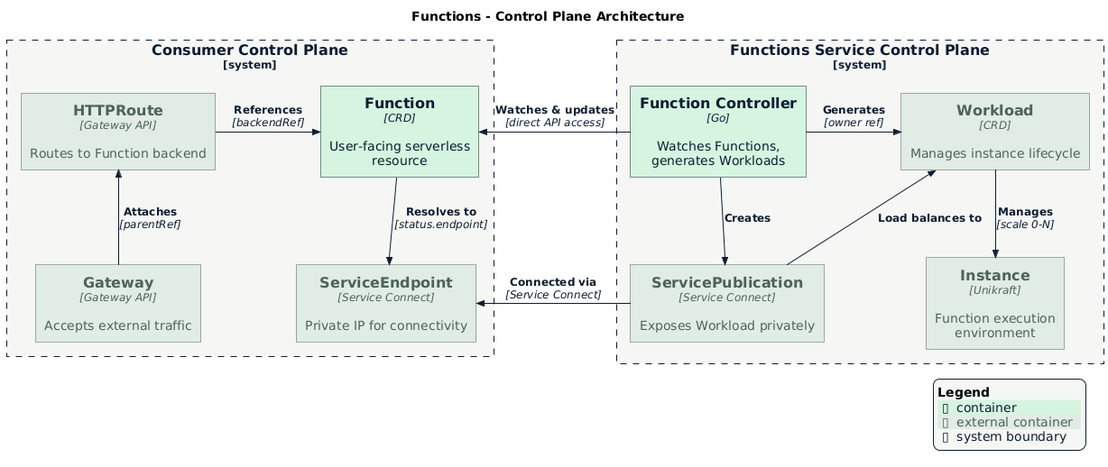
datum-cloud/enhancements keeps this PlantUML diagram as enhancements/compute/functions/architecture-control-plane.png. Above is the earlier version. Source of this version:
```plantuml
@startuml architecture-control-plane
!$NEW_C4_STYLE = 1
!include https://raw.githubusercontent.com/plantuml-stdlib/C4-PlantUML/master/C4_Container.puml
!include ../../datum-theme.puml

title Functions - Control Plane Architecture

System_Boundary(consumer_cp, "Consumer Control Plane") {
    Container_Ext(gateway, "Gateway", "Gateway API", "Accepts external traffic")
    Container_Ext(httproute, "HTTPRoute", "Gateway API", "Routes to Function backend")
    Container(function, "Function", "CRD", "User-facing serverless resource")
    Container_Ext(service_endpoint, "ServiceEndpoint", "Service Connect", "Private IP for connectivity")
}

System_Boundary(service_cp, "Functions Service Control Plane") {
    Container(controller, "Function Controller", "Go", "Watches Functions, generates Workloads")
    Container_Ext(workload, "Workload", "CRD", "Manages instance lifecycle")
    Container_Ext(service_pub, "ServicePublication", "Service Connect", "Exposes Workload privately")
    Container_Ext(instance, "Instance", "Unikraft", "Function execution environment")
}

Rel_U(gateway, httproute, "Attaches", "parentRef")
Rel_R(httproute, function, "References", "backendRef")
Rel_D(function, service_endpoint, "Resolves to", "status.endpoint")

Rel_L(controller, function, "Watches & updates", "direct API access")

Rel_R(controller, workload, "Generates", "owner ref")
Rel_D(controller, service_pub, "Creates")
Rel_D(workload, instance, "Manages", "scale 0-N")
Rel_L(service_pub, workload, "Load balances to")

Rel_L(service_pub, service_endpoint, "Connected via", "Service Connect")

SHOW_LEGEND()
@enduml
```
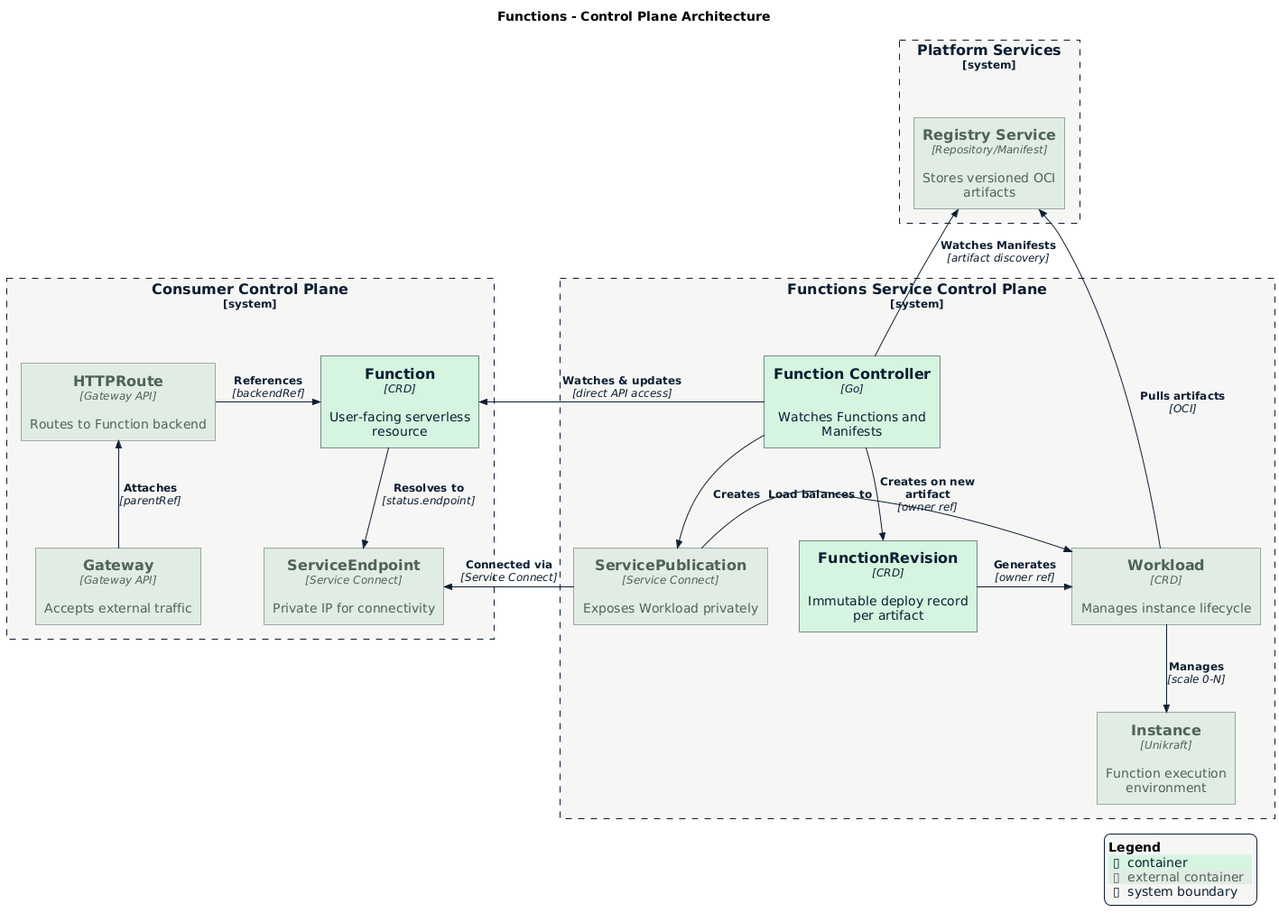
After the commit.

Commit message:
feat(compute): improve Functions enhancement clarity and completeness

The edit, as a diff of the source:
```diff
@@ -4,6 +4,10 @@
 !include ../../datum-theme.puml
 
 title Functions - Control Plane Architecture
+
+System_Boundary(platform_cp, "Platform Services") {
+    Container_Ext(registry, "Registry Service", "Repository/Manifest", "Stores versioned OCI artifacts")
+}
 
 System_Boundary(consumer_cp, "Consumer Control Plane") {
     Container_Ext(gateway, "Gateway", "Gateway API", "Accepts external traffic")
@@ -13,7 +17,8 @@
 }
 
 System_Boundary(service_cp, "Functions Service Control Plane") {
-    Container(controller, "Function Controller", "Go", "Watches Functions, generates Workloads")
+    Container(controller, "Function Controller", "Go", "Watches Functions and Manifests")
+    Container(revision, "FunctionRevision", "CRD", "Immutable deploy record per artifact")
     Container_Ext(workload, "Workload", "CRD", "Manages instance lifecycle")
     Container_Ext(service_pub, "ServicePublication", "Service Connect", "Exposes Workload privately")
     Container_Ext(instance, "Instance", "Unikraft", "Function execution environment")
@@ -23,12 +28,17 @@
 Rel_R(httproute, function, "References", "backendRef")
 Rel_D(function, service_endpoint, "Resolves to", "status.endpoint")
 
+Rel_U(controller, registry, "Watches Manifests", "artifact discovery")
+
 Rel_L(controller, function, "Watches & updates", "direct API access")
 
-Rel_R(controller, workload, "Generates", "owner ref")
+Rel_D(controller, revision, "Creates on new artifact", "owner ref")
+Rel_R(revision, workload, "Generates", "owner ref")
 Rel_D(controller, service_pub, "Creates")
 Rel_D(workload, instance, "Manages", "scale 0-N")
 Rel_L(service_pub, workload, "Load balances to")
+
+Rel_U(workload, registry, "Pulls artifacts", "OCI")
 
 Rel_L(service_pub, service_endpoint, "Connected via", "Service Connect")
 
```
